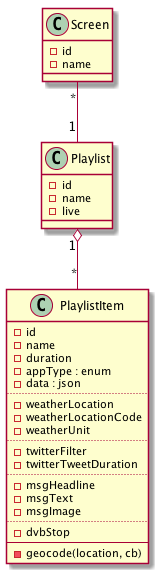
Earlier version of the PlantUML export model.png (maikschneider/screenapp).
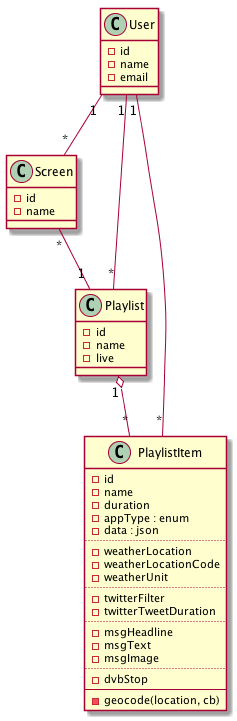
The same file after the commit.

Commit message:
Add user class to model.uml

Change to the diagram source:
```diff
@@ -1,5 +1,4 @@
 @startuml
-
 
 class Screen {
 	- id
@@ -39,6 +38,14 @@
 	- geocode(location, cb)
 }
 
+class User {
+	- id
+	- name
+	- email
+}
 
+User "1" -- "*" Playlist
+User "1" -- "*" Screen
+User "1" -- "*" PlaylistItem
 
 @enduml
```
